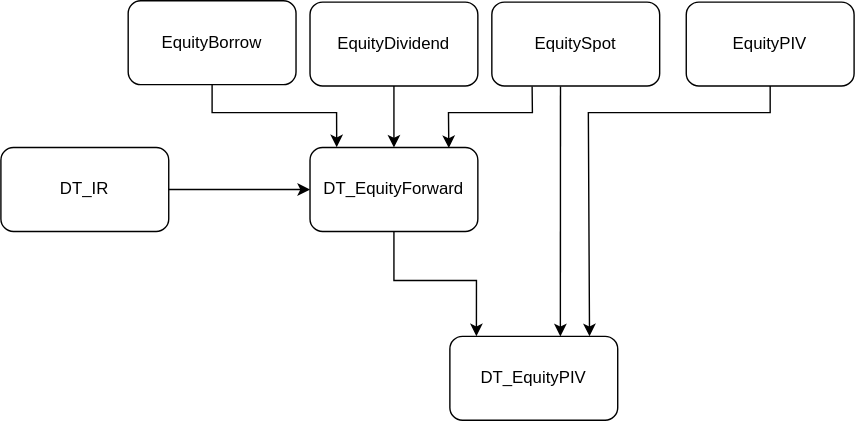
This is Equity_marketdata_dag.drawio.svg from Genst/Architecture, a draw.io export, as it was before one commit. Source tidied: cells renumbered, new cells last; positions are measured from the earlier drawing's top-left corner, leaving out a move shared by most shapes.
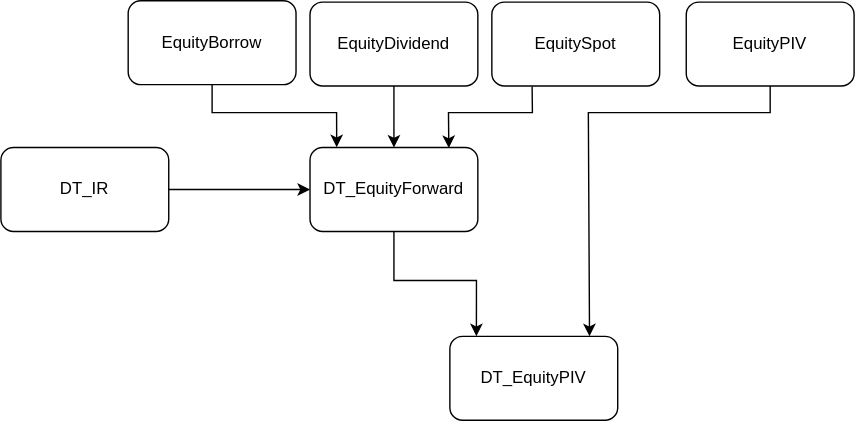
Above is the later version.

The edit, as a diff of the source:
```diff
@@ -51,11 +51,6 @@
         </Array>
       </mxGeometry>
     </mxCell>
-    <mxCell id="12" style="endArrow=classic;html=1;rounded=0;exitX=0.409;exitY=1.006;exitDx=0;exitDy=0;exitPerimeter=0;" parent="1" edge="1" source="4">
-      <mxGeometry relative="1" as="geometry">
-        <mxPoint x="400" y="240" as="targetPoint" />
-      </mxGeometry>
-    </mxCell>
     <mxCell id="13" value="EquityPIV" style="rounded=1;whiteSpace=wrap;html=1;" parent="1" vertex="1">
       <mxGeometry x="490" y="1" width="120" height="60" as="geometry" />
     </mxCell>
```
